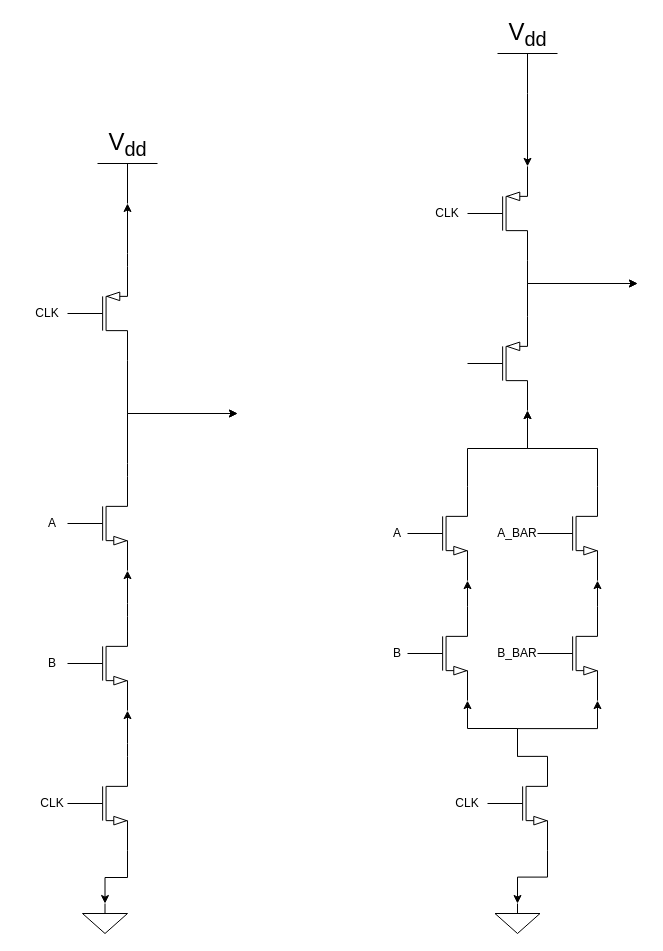
The draw.io diagram pictures/HalfAdder.drawio in wlshen321/312ProjectSchematics, before the edit. Source tidied: cells renumbered, new cells numbered last; positions are measured from the earlier drawing's top-left corner, leaving out a move shared by most shapes. Both pictures are drawn from the tidied source at 100%, with x=0, y=0 at pixel (17, 53).
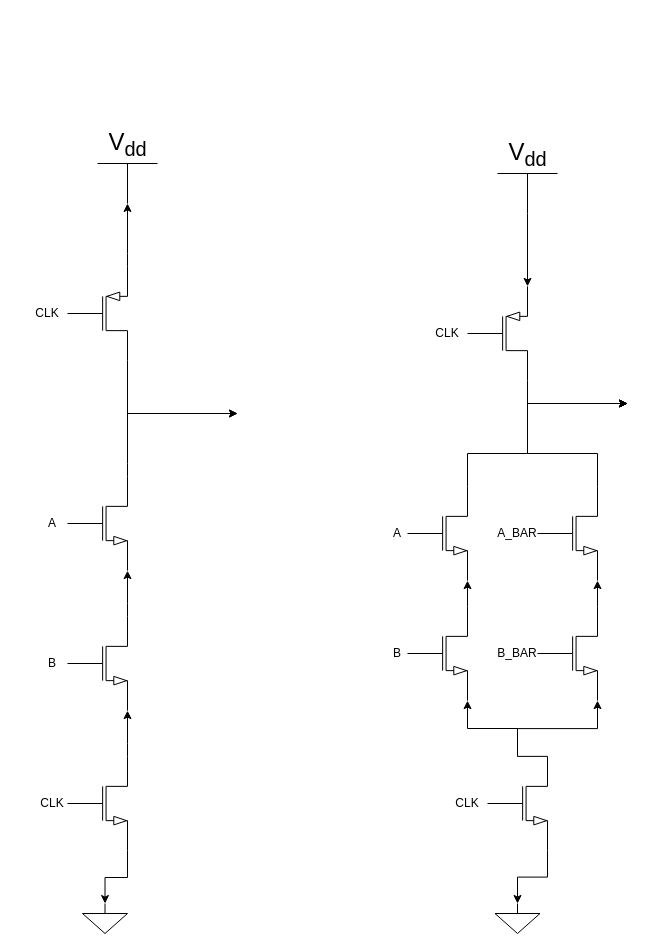
Above is the later version.

Unchanged cells that the change refers to:
```xml
<mxCell id="11" style="verticalLabelPosition=bottom;shadow=0;dashed=0;align=center;html=1;verticalAlign=top;shape=mxgraph.electrical.transistors.nmos;" parent="1" vertex="1">
  <mxGeometry x="520" y="430" width="60" height="100" as="geometry" />
</mxCell>
<mxCell id="13" style="verticalLabelPosition=bottom;shadow=0;dashed=0;align=center;html=1;verticalAlign=top;shape=mxgraph.electrical.transistors.nmos;" parent="1" vertex="1">
  <mxGeometry x="390" y="430" width="60" height="100" as="geometry" />
</mxCell>
```

The edit, as a diff of the source:
```diff
@@
     <mxCell id="6" style="edgeStyle=orthogonalEdgeStyle;rounded=0;jettySize=auto;html=1;" parent="1" edge="1" source="7">
       <mxGeometry relative="1" as="geometry">
-        <mxPoint x="620" y="230" as="targetPoint" />
+        <mxPoint x="610" y="350" as="targetPoint" />
         <Array as="points">
-          <mxPoint x="510" y="230" />
-          <mxPoint x="570" y="230" />
+          <mxPoint x="510" y="350" />
         </Array>
       </mxGeometry>
     </mxCell>
     <mxCell id="7" style="verticalLabelPosition=bottom;shadow=0;dashed=0;align=center;html=1;verticalAlign=top;shape=mxgraph.electrical.transistors.pmos;" parent="1" vertex="1">
-      <mxGeometry x="450" y="110" width="60" height="100" as="geometry" />
+      <mxGeometry x="450" y="230" width="60" height="100" as="geometry" />
     </mxCell>
-    <mxCell id="8" style="edgeStyle=orthogonalEdgeStyle;rounded=0;jettySize=auto;html=1;" parent="1" edge="1" source="9">
+    <mxCell id="8" style="edgeStyle=orthogonalEdgeStyle;rounded=0;orthogonalLoop=1;jettySize=auto;html=1;" parent="1" edge="1">
       <mxGeometry relative="1" as="geometry">
-        <mxPoint x="620" y="230" as="targetPoint" />
+        <mxPoint x="510" y="382.9" as="sourcePoint" />
+        <mxPoint x="610" y="350" as="targetPoint" />
         <Array as="points">
-          <mxPoint x="510" y="230" />
+          <mxPoint x="510" y="350" />
         </Array>
       </mxGeometry>
     </mxCell>
-    <mxCell id="9" style="verticalLabelPosition=bottom;shadow=0;dashed=0;align=center;html=1;verticalAlign=top;shape=mxgraph.electrical.transistors.pmos;" parent="1" vertex="1">
-      <mxGeometry x="450" y="260" width="60" height="100" as="geometry" />
-    </mxCell>
-    <mxCell id="10" style="edgeStyle=orthogonalEdgeStyle;rounded=0;jettySize=auto;html=1;entryX=1;entryY=1;entryDx=0;entryDy=0;entryPerimeter=0;exitX=1;exitY=0;exitDx=0;exitDy=0;exitPerimeter=0;" parent="1" edge="1" source="11" target="9">
+    <mxCell id="10" style="edgeStyle=orthogonalEdgeStyle;rounded=0;jettySize=auto;html=1;exitX=1;exitY=0;exitDx=0;exitDy=0;exitPerimeter=0;" parent="1" edge="1" source="11">
       <mxGeometry relative="1" as="geometry">
+        <mxPoint x="610" y="350" as="targetPoint" />
         <Array as="points">
-          <mxPoint x="580" y="395" />
-          <mxPoint x="510" y="395" />
+          <mxPoint x="580" y="400" />
+          <mxPoint x="510" y="400" />
+          <mxPoint x="510" y="350" />
         </Array>
       </mxGeometry>
     </mxCell>
@@
-    <mxCell id="12" style="edgeStyle=orthogonalEdgeStyle;rounded=0;jettySize=auto;html=1;entryX=1;entryY=1;entryDx=0;entryDy=0;entryPerimeter=0;exitX=1;exitY=0;exitDx=0;exitDy=0;exitPerimeter=0;" parent="1" edge="1" source="13" target="9">
-      <mxGeometry relative="1" as="geometry" />
+    <mxCell id="12" style="edgeStyle=orthogonalEdgeStyle;rounded=0;jettySize=auto;html=1;exitX=1;exitY=0;exitDx=0;exitDy=0;exitPerimeter=0;" parent="1" edge="1" source="13">
+      <mxGeometry relative="1" as="geometry">
+        <mxPoint x="610" y="350" as="targetPoint" />
+        <Array as="points">
+          <mxPoint x="450" y="400" />
+          <mxPoint x="510" y="400" />
+          <mxPoint x="510" y="350" />
+        </Array>
+      </mxGeometry>
     </mxCell>
@@
     <mxCell id="20" value="V&lt;sub&gt;dd&lt;/sub&gt;" style="verticalLabelPosition=top;verticalAlign=bottom;shape=mxgraph.electrical.signal_sources.vdd;shadow=0;dashed=0;align=center;strokeWidth=1;fontSize=24;html=1;flipV=1;" parent="1" vertex="1">
-      <mxGeometry x="480" width="60" height="40" as="geometry" />
+      <mxGeometry x="480" y="120" width="60" height="40" as="geometry" />
     </mxCell>
@@
     <mxCell id="34" value="&lt;div&gt;CLK&lt;/div&gt;" style="text;html=1;strokeColor=none;fillColor=none;align=center;verticalAlign=middle;whiteSpace=wrap;rounded=0;" parent="1" vertex="1">
-      <mxGeometry x="400" y="145" width="60" height="30" as="geometry" />
+      <mxGeometry x="400" y="265" width="60" height="30" as="geometry" />
     </mxCell>
```
